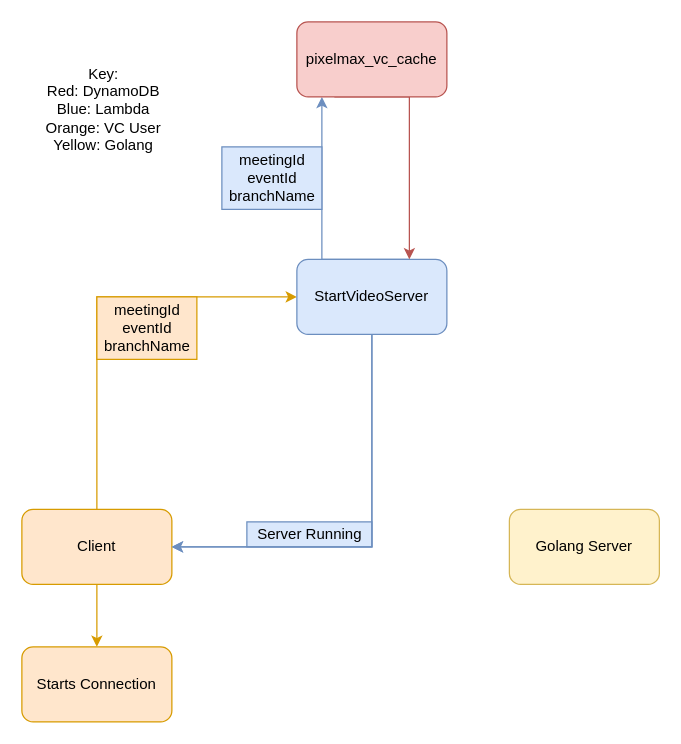
This is page "Page-2" (2 of 4) of Untitled Diagram.drawio from LJS22/simple-peer, a draw.io file, before an edit. Source tidied: cells renumbered, new cells numbered last; positions are measured from the earlier drawing's top-left corner, leaving out a move shared by most shapes. Both pictures are drawn from the tidied source at 125%, with x=0, y=0 at pixel (21, 21).
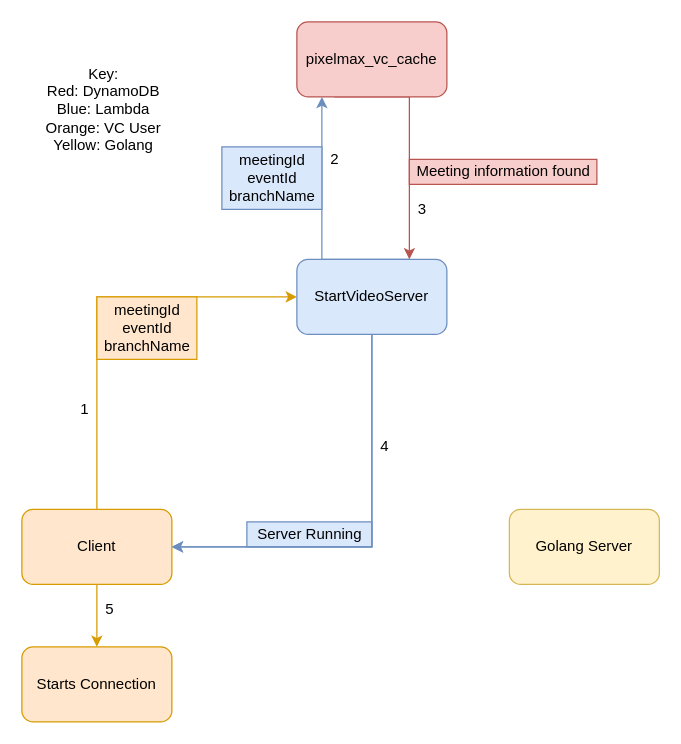
The same page after the edit.

Diff of the diagram source:
```diff
@@
+    <mxCell id="17" value="1" style="text;html=1;align=center;verticalAlign=middle;strokeColor=none;fillColor=none;" parent="1" vertex="1">
+      <mxGeometry x="40" y="300" width="20" height="20" as="geometry" />
+    </mxCell>
+    <mxCell id="18" value="2" style="text;html=1;align=center;verticalAlign=middle;strokeColor=none;fillColor=none;" parent="1" vertex="1">
+      <mxGeometry x="240" y="100" width="20" height="20" as="geometry" />
+    </mxCell>
+    <mxCell id="19" value="3" style="text;html=1;align=center;verticalAlign=middle;strokeColor=none;fillColor=none;" parent="1" vertex="1">
+      <mxGeometry x="310" y="140" width="20" height="20" as="geometry" />
+    </mxCell>
+    <mxCell id="20" value="Meeting information found" style="text;html=1;align=center;verticalAlign=middle;strokeColor=#b85450;fillColor=#f8cecc;" parent="1" vertex="1">
+      <mxGeometry x="310" y="110" width="150" height="20" as="geometry" />
+    </mxCell>
+    <mxCell id="21" value="4" style="text;html=1;align=center;verticalAlign=middle;strokeColor=none;fillColor=none;" parent="1" vertex="1">
+      <mxGeometry x="280" y="330" width="20" height="20" as="geometry" />
+    </mxCell>
+    <mxCell id="22" value="5" style="text;html=1;align=center;verticalAlign=middle;strokeColor=none;fillColor=none;" parent="1" vertex="1">
+      <mxGeometry x="60" y="460" width="20" height="20" as="geometry" />
+    </mxCell>
```
